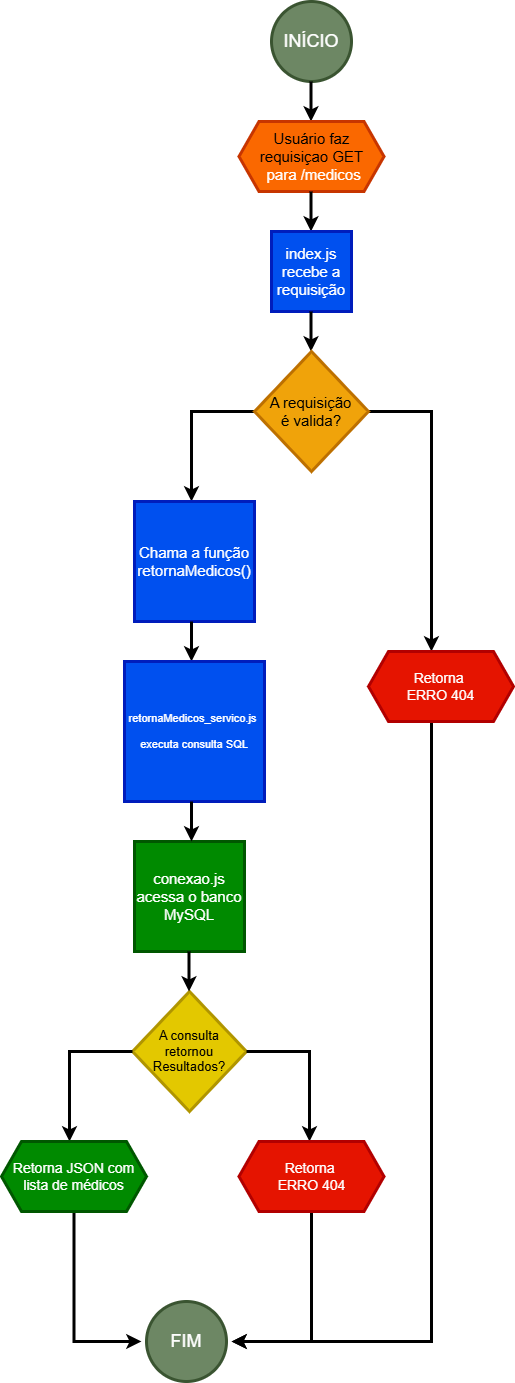
Earlier version of the draw.io export documentation/prj21-fluxo.png (Robson-Lima-Jr/projeto-api-clinica). Source tidied: cells renumbered, new cells last; positions are measured from the earlier drawing's top-left corner, leaving out a move shared by most shapes.
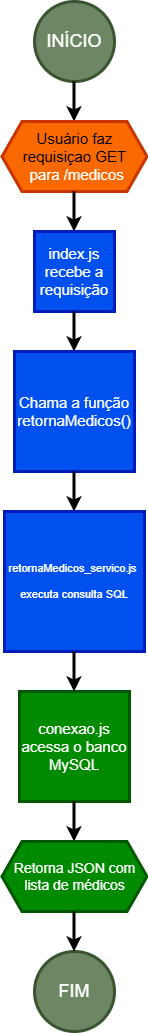
The same diagram one commit later.

Commit message:
finalizando projeto e correção de README e de fluxo

What changed in the source:
```diff
@@ -29,102 +29,44 @@
         <mxPoint x="309.5" y="350" as="targetPoint" />
       </mxGeometry>
     </mxCell>
-    <mxCell id="8" style="edgeStyle=orthogonalEdgeStyle;rounded=0;jettySize=auto;html=1;exitX=0;exitY=0.5;exitDx=0;exitDy=0;strokeWidth=3;" parent="1" edge="1" source="10">
-      <mxGeometry relative="1" as="geometry">
-        <mxPoint x="190" y="500" as="targetPoint" />
-      </mxGeometry>
-    </mxCell>
-    <mxCell id="9" style="edgeStyle=orthogonalEdgeStyle;rounded=0;jettySize=auto;html=1;exitX=1;exitY=0.5;exitDx=0;exitDy=0;strokeWidth=3;entryX=0.434;entryY=0;entryDx=0;entryDy=0;entryPerimeter=0;" parent="1" edge="1" source="10" target="26">
-      <mxGeometry relative="1" as="geometry">
-        <Array as="points">
-          <mxPoint x="430" y="410" />
-        </Array>
-      </mxGeometry>
-    </mxCell>
-    <mxCell id="10" value="&amp;nbsp;A requisição&amp;nbsp;&lt;div&gt;é valida?&lt;/div&gt;" style="rhombus;whiteSpace=wrap;html=1;fillColor=#f0a30a;fontColor=#000000;strokeColor=#BD7000;strokeWidth=3;fontSize=15;" parent="1" vertex="1">
-      <mxGeometry x="253" y="350" width="114" height="120" as="geometry" />
-    </mxCell>
     <mxCell id="11" value="Chama a função retornaMedicos()" style="whiteSpace=wrap;html=1;fontSize=15;fillColor=#0050ef;fontColor=#ffffff;strokeColor=#001DBC;strokeWidth=3;" parent="1" vertex="1">
-      <mxGeometry x="133" y="500" width="120" height="120" as="geometry" />
+      <mxGeometry x="250" y="350" width="120" height="120" as="geometry" />
     </mxCell>
     <mxCell id="12" style="endArrow=classic;html=1;rounded=0;strokeWidth=3;" parent="1" edge="1">
       <mxGeometry relative="1" as="geometry">
-        <mxPoint x="190" y="620" as="sourcePoint" />
-        <mxPoint x="190" y="660" as="targetPoint" />
+        <mxPoint x="309.5" y="470" as="sourcePoint" />
+        <mxPoint x="309.5" y="510" as="targetPoint" />
       </mxGeometry>
     </mxCell>
     <mxCell id="13" value="retornaMedicos_servico&lt;span style=&quot;background-color: transparent; color: light-dark(rgb(255, 255, 255), rgb(18, 18, 18));&quot;&gt;.js&amp;nbsp;&lt;/span&gt;&lt;div&gt;&lt;br&gt;&lt;/div&gt;&lt;div&gt;executa consulta SQL&lt;/div&gt;" style="whiteSpace=wrap;html=1;fontSize=11;fillColor=#0050ef;fontColor=#ffffff;strokeColor=#001DBC;strokeWidth=3;" parent="1" vertex="1">
-      <mxGeometry x="123" y="660" width="140" height="140" as="geometry" />
+      <mxGeometry x="240" y="510" width="140" height="140" as="geometry" />
     </mxCell>
     <mxCell id="14" value="conexao.js acessa o banco MySQL" style="whiteSpace=wrap;html=1;fontSize=15;fillColor=#008a00;fontColor=#ffffff;strokeColor=#005700;strokeWidth=3;" parent="1" vertex="1">
-      <mxGeometry x="133" y="840" width="110" height="110" as="geometry" />
+      <mxGeometry x="255" y="690" width="110" height="110" as="geometry" />
     </mxCell>
     <mxCell id="15" style="endArrow=classic;html=1;rounded=0;strokeWidth=3;" parent="1" edge="1">
       <mxGeometry relative="1" as="geometry">
-        <mxPoint x="190" y="800" as="sourcePoint" />
-        <mxPoint x="190" y="840" as="targetPoint" />
+        <mxPoint x="309.5" y="650" as="sourcePoint" />
+        <mxPoint x="309.5" y="690" as="targetPoint" />
       </mxGeometry>
     </mxCell>
-    <mxCell id="16" value="A consulta retornou Resultados?" style="rhombus;whiteSpace=wrap;html=1;fillColor=#e3c800;fontColor=#000000;strokeColor=#B09500;strokeWidth=3;fontSize=13;" parent="1" vertex="1">
-      <mxGeometry x="131" y="990" width="114" height="120" as="geometry" />
-    </mxCell>
     <mxCell id="17" style="endArrow=classic;html=1;rounded=0;strokeWidth=3;" parent="1" edge="1">
       <mxGeometry relative="1" as="geometry">
-        <mxPoint x="187.5" y="950" as="sourcePoint" />
-        <mxPoint x="187.5" y="990" as="targetPoint" />
+        <mxPoint x="309.5" y="800" as="sourcePoint" />
+        <mxPoint x="309.5" y="840" as="targetPoint" />
       </mxGeometry>
     </mxCell>
-    <mxCell id="18" style="edgeStyle=orthogonalEdgeStyle;rounded=0;orthogonalLoop=1;jettySize=auto;html=1;exitX=1;exitY=0.5;exitDx=0;exitDy=0;strokeWidth=3;" parent="1" edge="1">
-      <mxGeometry relative="1" as="geometry">
-        <mxPoint x="245" y="1050" as="sourcePoint" />
-        <mxPoint x="308" y="1140" as="targetPoint" />
-        <Array as="points">
-          <mxPoint x="308" y="1050" />
-        </Array>
-      </mxGeometry>
-    </mxCell>
-    <mxCell id="19" style="edgeStyle=orthogonalEdgeStyle;rounded=0;orthogonalLoop=1;jettySize=auto;html=1;exitX=0;exitY=0.5;exitDx=0;exitDy=0;strokeWidth=3;" parent="1" edge="1">
-      <mxGeometry relative="1" as="geometry">
-        <mxPoint x="131" y="1050" as="sourcePoint" />
-        <mxPoint x="68" y="1140" as="targetPoint" />
-      </mxGeometry>
-    </mxCell>
-    <mxCell id="20" style="edgeStyle=orthogonalEdgeStyle;rounded=0;jettySize=auto;html=1;exitX=0.5;exitY=1;exitDx=0;exitDy=0;strokeWidth=3;" parent="1" edge="1" source="21">
-      <mxGeometry relative="1" as="geometry">
-        <mxPoint x="140" y="1340" as="targetPoint" />
-        <Array as="points">
-          <mxPoint x="73" y="1340" />
-        </Array>
-      </mxGeometry>
-    </mxCell>
     <mxCell id="21" value="Retorna JSON com lista de médicos" style="shape=hexagon;perimeter=hexagonPerimeter2;whiteSpace=wrap;html=1;fixedSize=1;fillColor=#008a00;fontColor=#ffffff;strokeColor=#005700;fontSize=14;strokeWidth=3;" parent="1" vertex="1">
-      <mxGeometry y="1140" width="145" height="70" as="geometry" />
+      <mxGeometry x="237.5" y="840" width="145" height="70" as="geometry" />
     </mxCell>
-    <mxCell id="22" style="edgeStyle=orthogonalEdgeStyle;rounded=0;jettySize=auto;html=1;exitX=0.5;exitY=1;exitDx=0;exitDy=0;strokeWidth=3;" parent="1" edge="1" source="23">
-      <mxGeometry relative="1" as="geometry">
-        <mxPoint x="230" y="1340" as="targetPoint" />
-        <Array as="points">
-          <mxPoint x="310" y="1340" />
-        </Array>
-      </mxGeometry>
-    </mxCell>
-    <mxCell id="23" value="Retorna&amp;nbsp;&lt;div&gt;ERRO 404&lt;/div&gt;" style="shape=hexagon;perimeter=hexagonPerimeter2;whiteSpace=wrap;html=1;fixedSize=1;fillColor=#e51400;fontColor=#ffffff;strokeColor=#B20000;fontSize=14;strokeWidth=3;" parent="1" vertex="1">
-      <mxGeometry x="237.5" y="1140" width="145" height="70" as="geometry" />
-    </mxCell>
     <mxCell id="24" value="FIM" style="ellipse;whiteSpace=wrap;html=1;fontSize=18;fillColor=#6d8764;fontColor=#ffffff;strokeColor=#3A5431;strokeWidth=3;" parent="1" vertex="1">
-      <mxGeometry x="145" y="1300" width="80" height="80" as="geometry" />
+      <mxGeometry x="270" y="950" width="80" height="80" as="geometry" />
     </mxCell>
-    <mxCell id="25" style="edgeStyle=orthogonalEdgeStyle;rounded=0;jettySize=auto;html=1;exitX=0.5;exitY=1;exitDx=0;exitDy=0;strokeWidth=3;" parent="1" edge="1" source="26">
-      <mxGeometry relative="1" as="geometry">
-        <mxPoint x="230" y="1340" as="targetPoint" />
-        <Array as="points">
-          <mxPoint x="430" y="720" />
-          <mxPoint x="430" y="1340" />
-        </Array>
-      </mxGeometry>
-    </mxCell>
-    <mxCell id="26" value="Retorna&amp;nbsp;&lt;div&gt;ERRO 404&lt;/div&gt;" style="shape=hexagon;perimeter=hexagonPerimeter2;whiteSpace=wrap;html=1;fixedSize=1;fillColor=#e51400;fontColor=#ffffff;strokeColor=#B20000;fontSize=14;strokeWidth=3;" parent="1" vertex="1">
-      <mxGeometry x="367" y="650" width="145" height="70" as="geometry" />
-    </mxCell>
+    <mxCell id="27" style="endArrow=classic;html=1;rounded=0;strokeWidth=3;" parent="1" edge="1">
+      <mxGeometry relative="1" as="geometry">
+        <mxPoint x="309.5" y="910" as="sourcePoint" />
+        <mxPoint x="309.5" y="950" as="targetPoint" />
+      </mxGeometry>
+    </mxCell>
   </root>
 </mxGraphModel>
```
